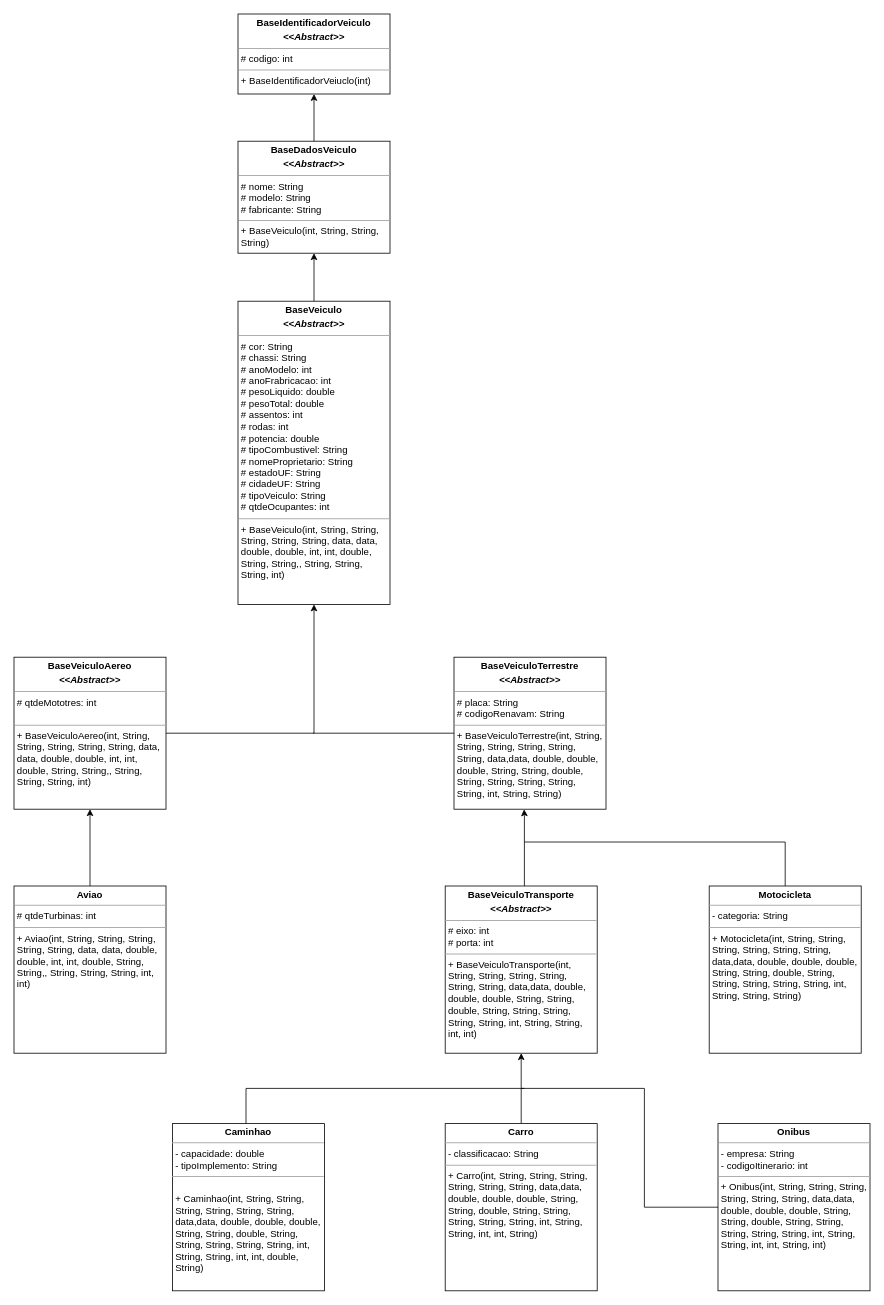
Above: looAtividade05.drawio in caiobr012/looAtivdade05 (draw.io), before the change. Source tidied: cells renumbered, new cells numbered last; positions are measured from the earlier drawing's top-left corner, leaving out a move shared by most shapes. Both pictures are drawn from the tidied source at 80%, with x=0, y=0 at pixel (14, 14).
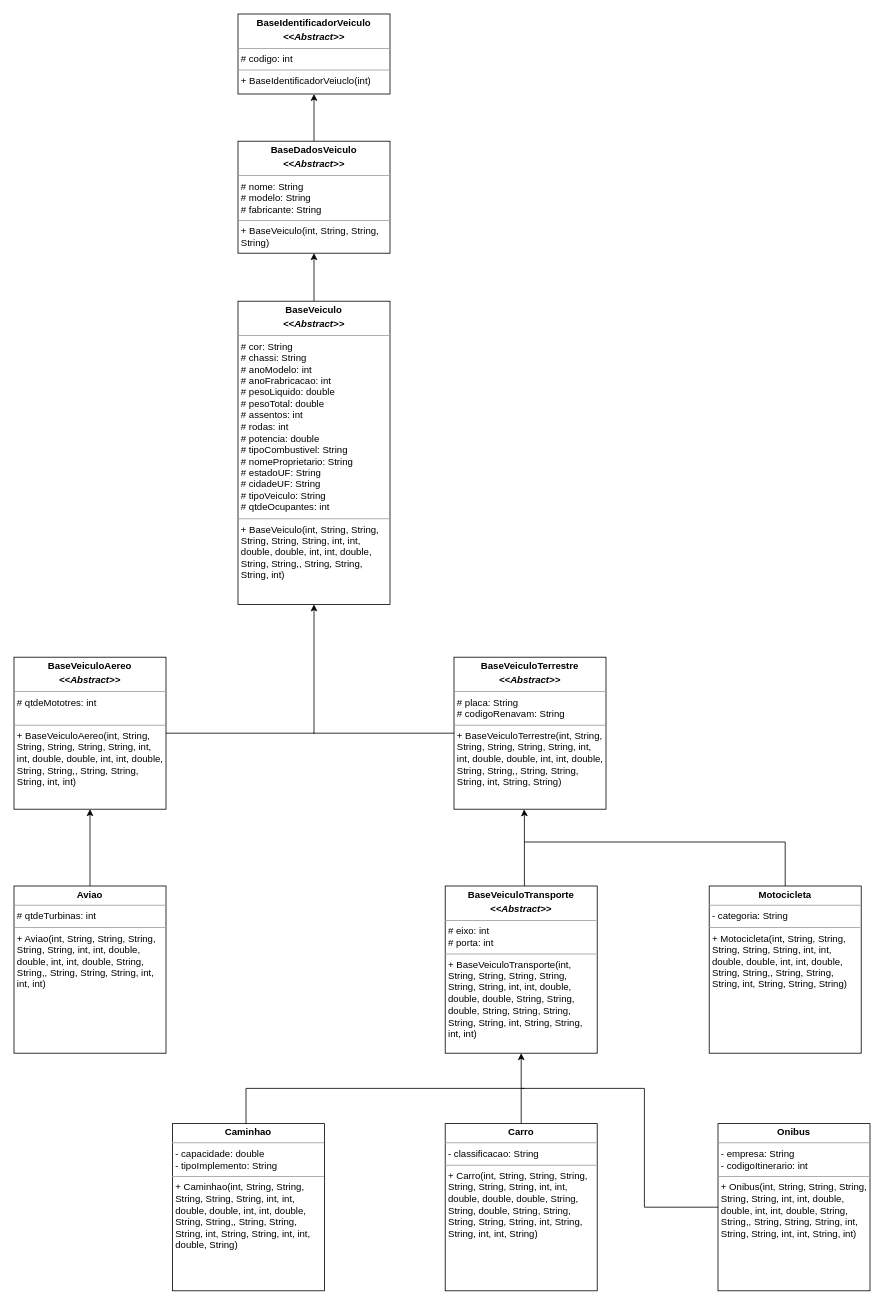
After the change.

Diff of the diagram source:
```diff
@@
-    <mxCell id="6" value="&lt;p style=&quot;border-color: var(--border-color); margin: 4px 0px 0px; text-align: center;&quot;&gt;&lt;b&gt;BaseVeiculo&lt;/b&gt;&lt;/p&gt;&lt;p style=&quot;border-color: var(--border-color); margin: 4px 0px 0px; text-align: center;&quot;&gt;&lt;i style=&quot;border-color: var(--border-color);&quot;&gt;&lt;b style=&quot;border-color: var(--border-color);&quot;&gt;&amp;lt;&amp;lt;Abstract&amp;gt;&amp;gt;&lt;/b&gt;&lt;/i&gt;&lt;/p&gt;&lt;hr size=&quot;1&quot;&gt;&lt;p style=&quot;margin:0px;margin-left:4px;&quot;&gt;# cor: String&lt;/p&gt;&lt;p style=&quot;margin:0px;margin-left:4px;&quot;&gt;# chassi: String&lt;/p&gt;&lt;p style=&quot;margin:0px;margin-left:4px;&quot;&gt;# anoModelo: int&lt;/p&gt;&lt;p style=&quot;margin:0px;margin-left:4px;&quot;&gt;# anoFrabricacao: int&lt;/p&gt;&lt;p style=&quot;margin:0px;margin-left:4px;&quot;&gt;# pesoLiquido: double&lt;/p&gt;&lt;p style=&quot;margin:0px;margin-left:4px;&quot;&gt;# pesoTotal: double&lt;/p&gt;&lt;p style=&quot;margin:0px;margin-left:4px;&quot;&gt;# assentos: int&lt;/p&gt;&lt;p style=&quot;margin:0px;margin-left:4px;&quot;&gt;# rodas: int&lt;/p&gt;&lt;p style=&quot;margin:0px;margin-left:4px;&quot;&gt;# potencia: double&lt;/p&gt;&lt;p style=&quot;margin:0px;margin-left:4px;&quot;&gt;# tipoCombustivel: String&lt;/p&gt;&lt;p style=&quot;margin:0px;margin-left:4px;&quot;&gt;# nomeProprietario: String&lt;/p&gt;&lt;p style=&quot;margin:0px;margin-left:4px;&quot;&gt;# estadoUF: String&lt;/p&gt;&lt;p style=&quot;margin:0px;margin-left:4px;&quot;&gt;# cidadeUF: String&lt;/p&gt;&lt;p style=&quot;margin:0px;margin-left:4px;&quot;&gt;# tipoVeiculo: String&lt;/p&gt;&lt;p style=&quot;margin:0px;margin-left:4px;&quot;&gt;# qtdeOcupantes: int&lt;/p&gt;&lt;hr size=&quot;1&quot;&gt;&lt;p style=&quot;margin:0px;margin-left:4px;&quot;&gt;+ BaseVeiculo(int, String, String, String, String, String, data, data, double, double, int, int, double, String, String,, String, String, String, int)&lt;/p&gt;" style="verticalAlign=top;align=left;overflow=fill;fontSize=12;fontFamily=Helvetica;html=1;whiteSpace=wrap;" parent="1" vertex="1">
+    <mxCell id="6" value="&lt;p style=&quot;border-color: var(--border-color); margin: 4px 0px 0px; text-align: center;&quot;&gt;&lt;b&gt;BaseVeiculo&lt;/b&gt;&lt;/p&gt;&lt;p style=&quot;border-color: var(--border-color); margin: 4px 0px 0px; text-align: center;&quot;&gt;&lt;i style=&quot;border-color: var(--border-color);&quot;&gt;&lt;b style=&quot;border-color: var(--border-color);&quot;&gt;&amp;lt;&amp;lt;Abstract&amp;gt;&amp;gt;&lt;/b&gt;&lt;/i&gt;&lt;/p&gt;&lt;hr size=&quot;1&quot;&gt;&lt;p style=&quot;margin:0px;margin-left:4px;&quot;&gt;# cor: String&lt;/p&gt;&lt;p style=&quot;margin:0px;margin-left:4px;&quot;&gt;# chassi: String&lt;/p&gt;&lt;p style=&quot;margin:0px;margin-left:4px;&quot;&gt;# anoModelo: int&lt;/p&gt;&lt;p style=&quot;margin:0px;margin-left:4px;&quot;&gt;# anoFrabricacao: int&lt;/p&gt;&lt;p style=&quot;margin:0px;margin-left:4px;&quot;&gt;# pesoLiquido: double&lt;/p&gt;&lt;p style=&quot;margin:0px;margin-left:4px;&quot;&gt;# pesoTotal: double&lt;/p&gt;&lt;p style=&quot;margin:0px;margin-left:4px;&quot;&gt;# assentos: int&lt;/p&gt;&lt;p style=&quot;margin:0px;margin-left:4px;&quot;&gt;# rodas: int&lt;/p&gt;&lt;p style=&quot;margin:0px;margin-left:4px;&quot;&gt;# potencia: double&lt;/p&gt;&lt;p style=&quot;margin:0px;margin-left:4px;&quot;&gt;# tipoCombustivel: String&lt;/p&gt;&lt;p style=&quot;margin:0px;margin-left:4px;&quot;&gt;# nomeProprietario: String&lt;/p&gt;&lt;p style=&quot;margin:0px;margin-left:4px;&quot;&gt;# estadoUF: String&lt;/p&gt;&lt;p style=&quot;margin:0px;margin-left:4px;&quot;&gt;# cidadeUF: String&lt;/p&gt;&lt;p style=&quot;margin:0px;margin-left:4px;&quot;&gt;# tipoVeiculo: String&lt;/p&gt;&lt;p style=&quot;margin:0px;margin-left:4px;&quot;&gt;# qtdeOcupantes: int&lt;/p&gt;&lt;hr size=&quot;1&quot;&gt;&lt;p style=&quot;margin:0px;margin-left:4px;&quot;&gt;+ BaseVeiculo(int, String, String, String, String, String, int, int, double, double, int, int, double, String, String,, String, String, String, int)&lt;/p&gt;" style="verticalAlign=top;align=left;overflow=fill;fontSize=12;fontFamily=Helvetica;html=1;whiteSpace=wrap;" parent="1" vertex="1">
       <mxGeometry x="280" y="359" width="190" height="379" as="geometry" />
     </mxCell>
@@
-    <mxCell id="8" value="&lt;p style=&quot;border-color: var(--border-color); margin: 4px 0px 0px; text-align: center;&quot;&gt;&lt;b style=&quot;border-color: var(--border-color);&quot;&gt;BaseVeiculoTerrestre&lt;/b&gt;&lt;/p&gt;&lt;p style=&quot;border-color: var(--border-color); margin: 4px 0px 0px; text-align: center;&quot;&gt;&lt;i style=&quot;border-color: var(--border-color);&quot;&gt;&lt;b style=&quot;border-color: var(--border-color);&quot;&gt;&amp;lt;&amp;lt;Abstract&amp;gt;&amp;gt;&lt;/b&gt;&lt;/i&gt;&lt;/p&gt;&lt;hr size=&quot;1&quot;&gt;&lt;p style=&quot;margin:0px;margin-left:4px;&quot;&gt;# placa: String&lt;/p&gt;&lt;p style=&quot;margin:0px;margin-left:4px;&quot;&gt;# codigoRenavam: String&lt;/p&gt;&lt;hr size=&quot;1&quot;&gt;&lt;p style=&quot;margin:0px;margin-left:4px;&quot;&gt;+ BaseVeiculoTerrestre&lt;span style=&quot;background-color: initial;&quot;&gt;(int, String, String, String, String, String, String, data,data, double, double, double, String, String, double, String, String, String, String, String, int, String, String)&lt;/span&gt;&lt;/p&gt;" style="verticalAlign=top;align=left;overflow=fill;fontSize=12;fontFamily=Helvetica;html=1;whiteSpace=wrap;" parent="1" vertex="1">
+    <mxCell id="8" value="&lt;p style=&quot;border-color: var(--border-color); margin: 4px 0px 0px; text-align: center;&quot;&gt;&lt;b style=&quot;border-color: var(--border-color);&quot;&gt;BaseVeiculoTerrestre&lt;/b&gt;&lt;/p&gt;&lt;p style=&quot;border-color: var(--border-color); margin: 4px 0px 0px; text-align: center;&quot;&gt;&lt;i style=&quot;border-color: var(--border-color);&quot;&gt;&lt;b style=&quot;border-color: var(--border-color);&quot;&gt;&amp;lt;&amp;lt;Abstract&amp;gt;&amp;gt;&lt;/b&gt;&lt;/i&gt;&lt;/p&gt;&lt;hr size=&quot;1&quot;&gt;&lt;p style=&quot;margin:0px;margin-left:4px;&quot;&gt;# placa: String&lt;/p&gt;&lt;p style=&quot;margin:0px;margin-left:4px;&quot;&gt;# codigoRenavam: String&lt;/p&gt;&lt;hr size=&quot;1&quot;&gt;&lt;p style=&quot;margin:0px;margin-left:4px;&quot;&gt;+ BaseVeiculoTerrestre(int, String, String, String, String, String, int, int, double, double, int, int, double, String, String,, String, String, String, int, String, String)&lt;br&gt;&lt;/p&gt;" style="verticalAlign=top;align=left;overflow=fill;fontSize=12;fontFamily=Helvetica;html=1;whiteSpace=wrap;" parent="1" vertex="1">
       <mxGeometry x="550" y="804" width="190" height="190" as="geometry" />
     </mxCell>
@@
-    <mxCell id="10" value="&lt;p style=&quot;margin:0px;margin-top:4px;text-align:center;&quot;&gt;&lt;b&gt;Motocicleta&lt;/b&gt;&lt;/p&gt;&lt;hr size=&quot;1&quot;&gt;&lt;p style=&quot;margin:0px;margin-left:4px;&quot;&gt;- categoria: String&lt;br&gt;&lt;/p&gt;&lt;hr size=&quot;1&quot;&gt;&lt;p style=&quot;margin:0px;margin-left:4px;&quot;&gt;+ Motocicleta(int, String, String, String, String, String, String, data,data, double, double, double, String, String, double, String, String, String, String, String, int, String, String, String)&lt;br&gt;&lt;/p&gt;" style="verticalAlign=top;align=left;overflow=fill;fontSize=12;fontFamily=Helvetica;html=1;whiteSpace=wrap;" parent="1" vertex="1">
+    <mxCell id="10" value="&lt;p style=&quot;margin:0px;margin-top:4px;text-align:center;&quot;&gt;&lt;b&gt;Motocicleta&lt;/b&gt;&lt;/p&gt;&lt;hr size=&quot;1&quot;&gt;&lt;p style=&quot;margin:0px;margin-left:4px;&quot;&gt;- categoria: String&lt;br&gt;&lt;/p&gt;&lt;hr size=&quot;1&quot;&gt;&lt;p style=&quot;margin:0px;margin-left:4px;&quot;&gt;&lt;span style=&quot;background-color: initial;&quot;&gt;+ Motocicleta(int, String, String, String, String, String, int, int, double, double, int, int, double, String, String,, String, String, String, int, String, String, String)&lt;/span&gt;&lt;br&gt;&lt;/p&gt;" style="verticalAlign=top;align=left;overflow=fill;fontSize=12;fontFamily=Helvetica;html=1;whiteSpace=wrap;" parent="1" vertex="1">
       <mxGeometry x="869" y="1090" width="190" height="209" as="geometry" />
     </mxCell>
@@
-    <mxCell id="12" value="&lt;p style=&quot;margin:0px;margin-top:4px;text-align:center;&quot;&gt;&lt;b&gt;Aviao&lt;/b&gt;&lt;/p&gt;&lt;hr size=&quot;1&quot;&gt;&lt;p style=&quot;margin:0px;margin-left:4px;&quot;&gt;# qtdeTurbinas: int&lt;/p&gt;&lt;hr size=&quot;1&quot;&gt;&lt;p style=&quot;margin:0px;margin-left:4px;&quot;&gt;+ Aviao(int, String, String, String, String, String, data, data, double, double, int, int, double, String, String,, String, String, String, int, int)&lt;br&gt;&lt;/p&gt;" style="verticalAlign=top;align=left;overflow=fill;fontSize=12;fontFamily=Helvetica;html=1;whiteSpace=wrap;" parent="1" vertex="1">
+    <mxCell id="12" value="&lt;p style=&quot;margin:0px;margin-top:4px;text-align:center;&quot;&gt;&lt;b&gt;Aviao&lt;/b&gt;&lt;/p&gt;&lt;hr size=&quot;1&quot;&gt;&lt;p style=&quot;margin:0px;margin-left:4px;&quot;&gt;# qtdeTurbinas: int&lt;/p&gt;&lt;hr size=&quot;1&quot;&gt;&lt;p style=&quot;margin:0px;margin-left:4px;&quot;&gt;+ Aviao(int, String, String, String, String, String, int, int, double, double, int, int, double, String, String,, String, String, String, int, int, int)&lt;br&gt;&lt;/p&gt;" style="verticalAlign=top;align=left;overflow=fill;fontSize=12;fontFamily=Helvetica;html=1;whiteSpace=wrap;" parent="1" vertex="1">
       <mxGeometry y="1090" width="190" height="209" as="geometry" />
     </mxCell>
@@
-    <mxCell id="14" value="&lt;p style=&quot;border-color: var(--border-color); margin: 4px 0px 0px; text-align: center;&quot;&gt;&lt;b style=&quot;border-color: var(--border-color);&quot;&gt;BaseVeiculoTransporte&lt;/b&gt;&lt;/p&gt;&lt;p style=&quot;border-color: var(--border-color); margin: 4px 0px 0px; text-align: center;&quot;&gt;&lt;i style=&quot;border-color: var(--border-color);&quot;&gt;&lt;b style=&quot;border-color: var(--border-color);&quot;&gt;&amp;lt;&amp;lt;Abstract&amp;gt;&amp;gt;&lt;/b&gt;&lt;/i&gt;&lt;/p&gt;&lt;hr size=&quot;1&quot;&gt;&lt;p style=&quot;margin:0px;margin-left:4px;&quot;&gt;# eixo: int&lt;/p&gt;&lt;p style=&quot;margin:0px;margin-left:4px;&quot;&gt;# porta: int&lt;/p&gt;&lt;hr size=&quot;1&quot;&gt;&lt;p style=&quot;margin:0px;margin-left:4px;&quot;&gt;+ BaseVeiculoTransporte(int, String, String, String, String, String, String, data,data, double, double, double, String, String, double, String, String, String, String, String, int, String, String, int, int)&lt;br&gt;&lt;/p&gt;" style="verticalAlign=top;align=left;overflow=fill;fontSize=12;fontFamily=Helvetica;html=1;whiteSpace=wrap;" parent="1" vertex="1">
+    <mxCell id="14" value="&lt;p style=&quot;border-color: var(--border-color); margin: 4px 0px 0px; text-align: center;&quot;&gt;&lt;b style=&quot;border-color: var(--border-color);&quot;&gt;BaseVeiculoTransporte&lt;/b&gt;&lt;/p&gt;&lt;p style=&quot;border-color: var(--border-color); margin: 4px 0px 0px; text-align: center;&quot;&gt;&lt;i style=&quot;border-color: var(--border-color);&quot;&gt;&lt;b style=&quot;border-color: var(--border-color);&quot;&gt;&amp;lt;&amp;lt;Abstract&amp;gt;&amp;gt;&lt;/b&gt;&lt;/i&gt;&lt;/p&gt;&lt;hr size=&quot;1&quot;&gt;&lt;p style=&quot;margin:0px;margin-left:4px;&quot;&gt;# eixo: int&lt;/p&gt;&lt;p style=&quot;margin:0px;margin-left:4px;&quot;&gt;# porta: int&lt;/p&gt;&lt;hr size=&quot;1&quot;&gt;&lt;p style=&quot;margin:0px;margin-left:4px;&quot;&gt;+ BaseVeiculoTransporte(int, String, String, String, String, String, String, int, int, double, double, double, String, String, double, String, String, String, String, String, int, String, String, int, int)&lt;br&gt;&lt;/p&gt;" style="verticalAlign=top;align=left;overflow=fill;fontSize=12;fontFamily=Helvetica;html=1;whiteSpace=wrap;" parent="1" vertex="1">
       <mxGeometry x="539" y="1090" width="190" height="209" as="geometry" />
     </mxCell>
@@
-    <mxCell id="16" value="&lt;p style=&quot;margin:0px;margin-top:4px;text-align:center;&quot;&gt;&lt;b&gt;Caminhao&lt;/b&gt;&lt;/p&gt;&lt;hr size=&quot;1&quot;&gt;&lt;p style=&quot;margin:0px;margin-left:4px;&quot;&gt;- capacidade: double&lt;br&gt;- tipoImplemento: String&lt;/p&gt;&lt;hr size=&quot;1&quot;&gt;&lt;p style=&quot;margin:0px;margin-left:4px;&quot;&gt;&lt;br&gt;&lt;/p&gt;&lt;p style=&quot;margin:0px;margin-left:4px;&quot;&gt;+ Caminhao(int, String, String, String, String, String, String, data,data, double, double, double, String, String, double, String, String, String, String, String, int, String, String, int, int, double, String)&lt;br&gt;&lt;br&gt;&lt;/p&gt;" style="verticalAlign=top;align=left;overflow=fill;fontSize=12;fontFamily=Helvetica;html=1;whiteSpace=wrap;" parent="1" vertex="1">
+    <mxCell id="16" value="&lt;p style=&quot;margin:0px;margin-top:4px;text-align:center;&quot;&gt;&lt;b&gt;Caminhao&lt;/b&gt;&lt;/p&gt;&lt;hr size=&quot;1&quot;&gt;&lt;p style=&quot;margin:0px;margin-left:4px;&quot;&gt;- capacidade: double&lt;br&gt;- tipoImplemento: String&lt;/p&gt;&lt;hr size=&quot;1&quot;&gt;&lt;p style=&quot;margin:0px;margin-left:4px;&quot;&gt;&lt;span style=&quot;background-color: initial;&quot;&gt;+ Caminhao(int, String, String, String, String, String, int, int, double, double, int, int, double, String, String,, String, String, String, int, String, String, int, int, double, String)&lt;/span&gt;&lt;br&gt;&lt;/p&gt;&lt;p style=&quot;margin:0px;margin-left:4px;&quot;&gt;&lt;br&gt;&lt;/p&gt;" style="verticalAlign=top;align=left;overflow=fill;fontSize=12;fontFamily=Helvetica;html=1;whiteSpace=wrap;" parent="1" vertex="1">
       <mxGeometry x="198" y="1387" width="190" height="209" as="geometry" />
     </mxCell>
@@
-    <mxCell id="18" value="&lt;p style=&quot;margin:0px;margin-top:4px;text-align:center;&quot;&gt;&lt;b&gt;Carro&lt;/b&gt;&lt;/p&gt;&lt;hr size=&quot;1&quot;&gt;&lt;p style=&quot;margin:0px;margin-left:4px;&quot;&gt;- classificacao: String&lt;/p&gt;&lt;hr size=&quot;1&quot;&gt;&lt;p style=&quot;margin:0px;margin-left:4px;&quot;&gt;+ Carro(int, String, String, String, String, String, String, data,data, double, double, double, String, String, double, String, String, String, String, String, int, String, String, int, int, String)&lt;br&gt;&lt;/p&gt;" style="verticalAlign=top;align=left;overflow=fill;fontSize=12;fontFamily=Helvetica;html=1;whiteSpace=wrap;" parent="1" vertex="1">
+    <mxCell id="18" value="&lt;p style=&quot;margin:0px;margin-top:4px;text-align:center;&quot;&gt;&lt;b&gt;Carro&lt;/b&gt;&lt;/p&gt;&lt;hr size=&quot;1&quot;&gt;&lt;p style=&quot;margin:0px;margin-left:4px;&quot;&gt;- classificacao: String&lt;/p&gt;&lt;hr size=&quot;1&quot;&gt;&lt;p style=&quot;margin:0px;margin-left:4px;&quot;&gt;+ Carro(int, String, String, String, String, String, String, int, int, double, double, double, String, String, double, String, String, String, String, String, int, String, String, int, int, String)&lt;br&gt;&lt;/p&gt;" style="verticalAlign=top;align=left;overflow=fill;fontSize=12;fontFamily=Helvetica;html=1;whiteSpace=wrap;" parent="1" vertex="1">
       <mxGeometry x="539" y="1387" width="190" height="209" as="geometry" />
     </mxCell>
@@
-    <mxCell id="20" value="&lt;p style=&quot;margin:0px;margin-top:4px;text-align:center;&quot;&gt;&lt;b&gt;Onibus&lt;/b&gt;&lt;/p&gt;&lt;hr size=&quot;1&quot;&gt;&lt;p style=&quot;margin:0px;margin-left:4px;&quot;&gt;- empresa: String&lt;br&gt;- codigoItinerario: int&lt;/p&gt;&lt;hr size=&quot;1&quot;&gt;&lt;p style=&quot;margin:0px;margin-left:4px;&quot;&gt;+ Onibus(int, String, String, String, String, String, String, data,data, double, double, double, String, String, double, String, String, String, String, String, int, String, String, int, int, String, int)&lt;br&gt;&lt;/p&gt;" style="verticalAlign=top;align=left;overflow=fill;fontSize=12;fontFamily=Helvetica;html=1;whiteSpace=wrap;" parent="1" vertex="1">
+    <mxCell id="20" value="&lt;p style=&quot;margin:0px;margin-top:4px;text-align:center;&quot;&gt;&lt;b&gt;Onibus&lt;/b&gt;&lt;/p&gt;&lt;hr size=&quot;1&quot;&gt;&lt;p style=&quot;margin:0px;margin-left:4px;&quot;&gt;- empresa: String&lt;br&gt;- codigoItinerario: int&lt;/p&gt;&lt;hr size=&quot;1&quot;&gt;&lt;p style=&quot;margin:0px;margin-left:4px;&quot;&gt;&lt;span style=&quot;background-color: initial;&quot;&gt;+ Onibus(int, String, String, String, String, String, int, int, double, double, int, int, double, String, String,, String, String, String, int, String, String, int, int, String, int)&lt;/span&gt;&lt;br&gt;&lt;/p&gt;" style="verticalAlign=top;align=left;overflow=fill;fontSize=12;fontFamily=Helvetica;html=1;whiteSpace=wrap;" parent="1" vertex="1">
       <mxGeometry x="880" y="1387" width="190" height="209" as="geometry" />
     </mxCell>
@@
-    <mxCell id="22" value="&lt;p style=&quot;border-color: var(--border-color); margin: 4px 0px 0px; text-align: center;&quot;&gt;&lt;b style=&quot;border-color: var(--border-color);&quot;&gt;BaseVeiculoAereo&lt;/b&gt;&lt;/p&gt;&lt;p style=&quot;border-color: var(--border-color); margin: 4px 0px 0px; text-align: center;&quot;&gt;&lt;i style=&quot;border-color: var(--border-color);&quot;&gt;&lt;b style=&quot;border-color: var(--border-color);&quot;&gt;&amp;lt;&amp;lt;Abstract&amp;gt;&amp;gt;&lt;/b&gt;&lt;/i&gt;&lt;/p&gt;&lt;hr size=&quot;1&quot;&gt;&lt;p style=&quot;margin:0px;margin-left:4px;&quot;&gt;# qtdeMototres: int&lt;br&gt;&lt;br&gt;&lt;/p&gt;&lt;hr size=&quot;1&quot;&gt;&lt;p style=&quot;margin:0px;margin-left:4px;&quot;&gt;+ BaseVeiculoAereo(int, String, String, String, String, String, data, data, double, double, int, int, double, String, String,, String, String, String, int)&lt;br&gt;&lt;/p&gt;" style="verticalAlign=top;align=left;overflow=fill;fontSize=12;fontFamily=Helvetica;html=1;whiteSpace=wrap;" parent="1" vertex="1">
+    <mxCell id="22" value="&lt;p style=&quot;border-color: var(--border-color); margin: 4px 0px 0px; text-align: center;&quot;&gt;&lt;b style=&quot;border-color: var(--border-color);&quot;&gt;BaseVeiculoAereo&lt;/b&gt;&lt;/p&gt;&lt;p style=&quot;border-color: var(--border-color); margin: 4px 0px 0px; text-align: center;&quot;&gt;&lt;i style=&quot;border-color: var(--border-color);&quot;&gt;&lt;b style=&quot;border-color: var(--border-color);&quot;&gt;&amp;lt;&amp;lt;Abstract&amp;gt;&amp;gt;&lt;/b&gt;&lt;/i&gt;&lt;/p&gt;&lt;hr size=&quot;1&quot;&gt;&lt;p style=&quot;margin:0px;margin-left:4px;&quot;&gt;# qtdeMototres: int&lt;br&gt;&lt;br&gt;&lt;/p&gt;&lt;hr size=&quot;1&quot;&gt;&lt;p style=&quot;margin:0px;margin-left:4px;&quot;&gt;+ BaseVeiculoAereo(int, String, String, String, String, String, int, int, double, double, int, int, double, String, String,, String, String, String, int, int)&lt;br&gt;&lt;/p&gt;" style="verticalAlign=top;align=left;overflow=fill;fontSize=12;fontFamily=Helvetica;html=1;whiteSpace=wrap;" parent="1" vertex="1">
       <mxGeometry y="804" width="190" height="190" as="geometry" />
     </mxCell>
```
